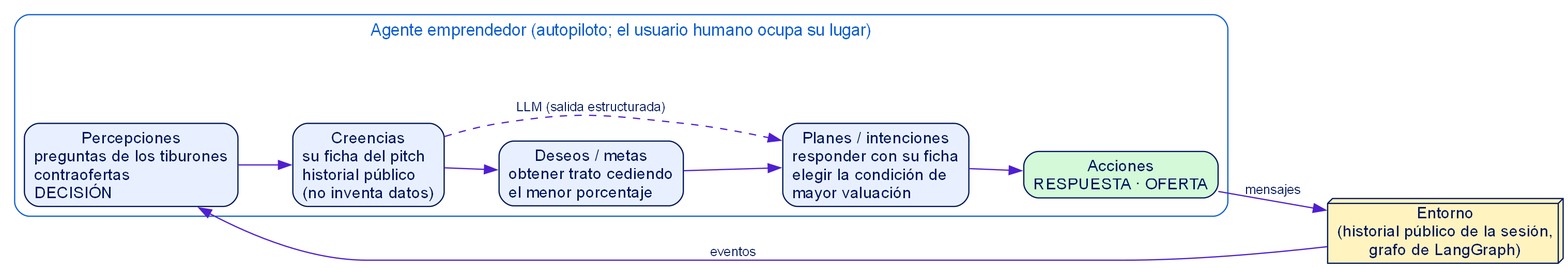
albertolopezb/NeuralHub keeps this Graphviz diagram as docs/figuras/f09b_agente_emprendedor.png. Above is the earlier version. Its source is kept beside it as docs/figuras/f09b_agente_emprendedor.dot. Its diagram source:
```dot
digraph G{ bgcolor=white; fontname="Helvetica"; node[fontname="Helvetica",fontsize=13,color="#00165C",fontcolor="#00165C",style="rounded,filled",fillcolor="#E8F0FF",shape=box]; edge[fontname="Helvetica",fontsize=11,color="#4F1FD0",fontcolor="#00165C"]; rankdir=LR; nodesep=.4; ranksep=.6;
subgraph cluster_a{label="Agente emprendedor (autopiloto; el usuario humano ocupa su lugar)";fontcolor="#1060D0";color="#1060D0";style="rounded";fontname="Helvetica";fontsize=14;
 P[label="Percepciones\npreguntas de los tiburones\lcontraofertas\lDECISIÓN\l"]; B[label="Creencias\nsu ficha del pitch\lhistorial público\l(no inventa datos)\l"]; D[label="Deseos / metas\nobtener trato cediendo\lel menor porcentaje\l"]; I[label="Planes / intenciones\nresponder con su ficha\lelegir la condición de\lmayor valuación\l"]; Ac[label="Acciones\nRESPUESTA · OFERTA\l",fillcolor="#D3F9D8"]; P->B->D->I->Ac;
 B->I[style=dashed,label="LLM (salida estructurada)"];}
Ent[label="Entorno\n(historial público de la sesión,\ngrafo de LangGraph)",shape=box3d,fillcolor="#FFF3BF"];
Ent->P[label="eventos"]; Ac->Ent[label="mensajes"];}
```
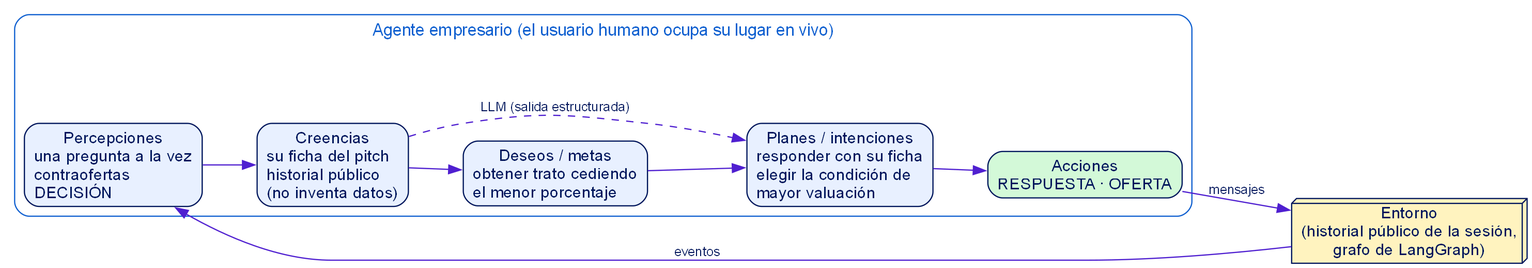
After the change.

What changed in the source:
```diff
@@ -1,6 +1,6 @@
 digraph G{ bgcolor=white; fontname="Helvetica"; node[fontname="Helvetica",fontsize=13,color="#00165C",fontcolor="#00165C",style="rounded,filled",fillcolor="#E8F0FF",shape=box]; edge[fontname="Helvetica",fontsize=11,color="#4F1FD0",fontcolor="#00165C"]; rankdir=LR; nodesep=.4; ranksep=.6;
-subgraph cluster_a{label="Agente emprendedor (autopiloto; el usuario humano ocupa su lugar)";fontcolor="#1060D0";color="#1060D0";style="rounded";fontname="Helvetica";fontsize=14;
- P[label="Percepciones\npreguntas de los tiburones\lcontraofertas\lDECISIÓN\l"]; B[label="Creencias\nsu ficha del pitch\lhistorial público\l(no inventa datos)\l"]; D[label="Deseos / metas\nobtener trato cediendo\lel menor porcentaje\l"]; I[label="Planes / intenciones\nresponder con su ficha\lelegir la condición de\lmayor valuación\l"]; Ac[label="Acciones\nRESPUESTA · OFERTA\l",fillcolor="#D3F9D8"]; P->B->D->I->Ac;
+subgraph cluster_a{label="Agente empresario (el usuario humano ocupa su lugar en vivo)";fontcolor="#1060D0";color="#1060D0";style="rounded";fontname="Helvetica";fontsize=14;
+ P[label="Percepciones\nuna pregunta a la vez\lcontraofertas\lDECISIÓN\l"]; B[label="Creencias\nsu ficha del pitch\lhistorial público\l(no inventa datos)\l"]; D[label="Deseos / metas\nobtener trato cediendo\lel menor porcentaje\l"]; I[label="Planes / intenciones\nresponder con su ficha\lelegir la condición de\lmayor valuación\l"]; Ac[label="Acciones\nRESPUESTA · OFERTA\l",fillcolor="#D3F9D8"]; P->B->D->I->Ac;
  B->I[style=dashed,label="LLM (salida estructurada)"];}
 Ent[label="Entorno\n(historial público de la sesión,\ngrafo de LangGraph)",shape=box3d,fillcolor="#FFF3BF"];
 Ent->P[label="eventos"]; Ac->Ent[label="mensajes"];}
```
